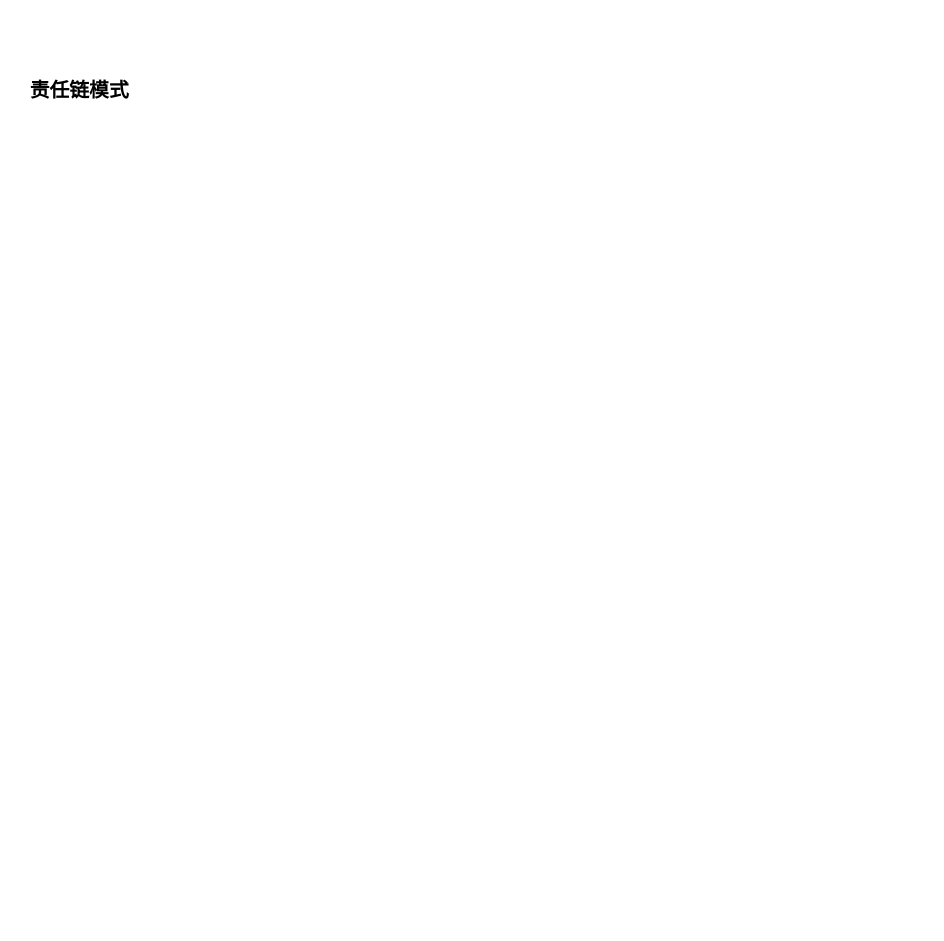
Earlier version of the draw.io diagram chain.drawio (springzb/diagrams). Source tidied: cells renumbered, new cells numbered last; positions are measured from the earlier drawing's top-left corner, leaving out a move shared by most shapes. Both pictures are drawn from the tidied source at 110%, with x=0, y=0 at pixel (19, 63).
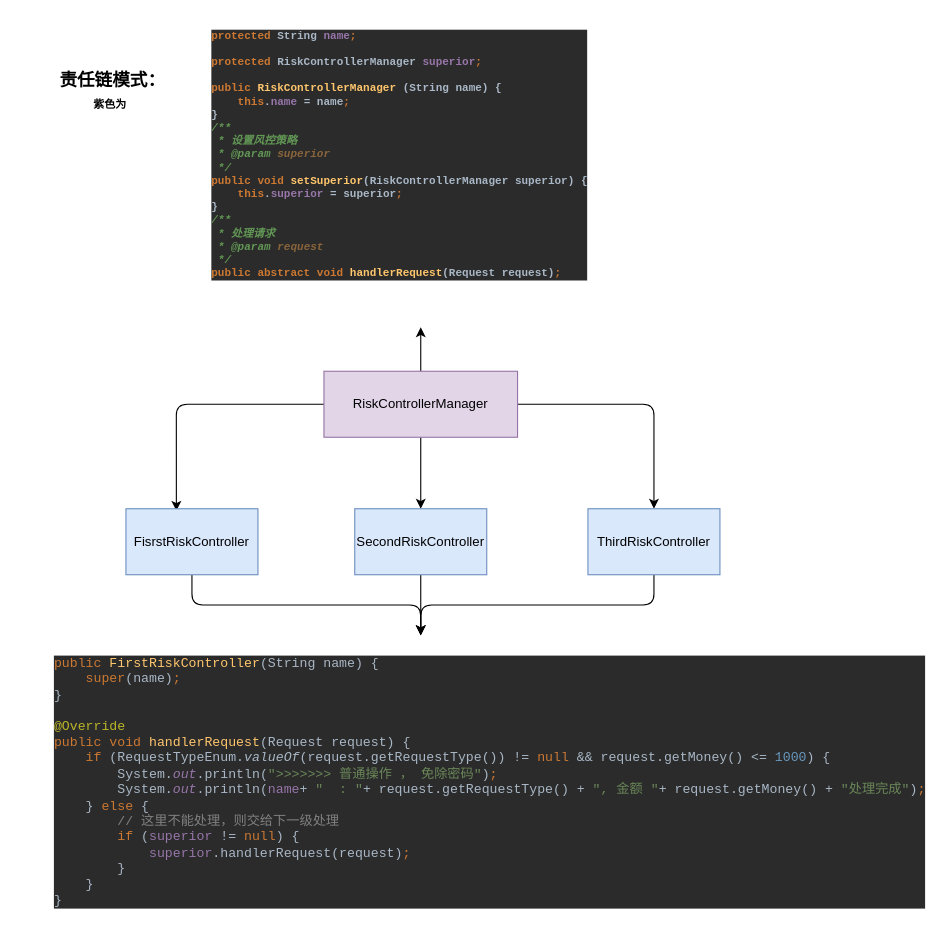
The same page after the edit.

What changed in the source:
```diff
@@
 <mxGraphModel>
   <root>
     <mxCell id="0" />
     <mxCell id="1" parent="0" />
-    <mxCell id="2" value="&lt;font style=&quot;vertical-align: inherit ; font-size: 18px&quot;&gt;&lt;b&gt;责任链模式&lt;/b&gt;&lt;/font&gt;" style="text;html=1;strokeColor=none;fillColor=none;align=center;verticalAlign=middle;whiteSpace=wrap;rounded=0;" parent="1" vertex="1">
-      <mxGeometry width="110" height="50" as="geometry" />
+    <mxCell id="2" value="&lt;b&gt;&lt;span style=&quot;font-size: 16px&quot;&gt;责任链模式：&lt;/span&gt;&lt;br&gt;&lt;font size=&quot;1&quot;&gt;紫色为&lt;/font&gt;&lt;/b&gt;&lt;b style=&quot;font-size: 16px&quot;&gt;&amp;nbsp;&lt;/b&gt;" style="text;html=1;strokeColor=none;fillColor=none;align=center;verticalAlign=middle;whiteSpace=wrap;rounded=0;" parent="1" vertex="1">
+      <mxGeometry width="170" height="50" as="geometry" />
     </mxCell>
+    <mxCell id="3" style="edgeStyle=orthogonalEdgeStyle;jettySize=auto;html=1;entryX=0.382;entryY=0.031;entryDx=0;entryDy=0;entryPerimeter=0;rounded=1;" parent="1" edge="1" source="7" target="10">
+      <mxGeometry relative="1" as="geometry" />
+    </mxCell>
+    <mxCell id="4" style="edgeStyle=orthogonalEdgeStyle;rounded=1;jettySize=auto;html=1;" parent="1" edge="1" source="7" target="14">
+      <mxGeometry relative="1" as="geometry" />
+    </mxCell>
+    <mxCell id="5" style="edgeStyle=orthogonalEdgeStyle;rounded=1;jettySize=auto;html=1;entryX=0.5;entryY=0;entryDx=0;entryDy=0;" parent="1" edge="1" source="7" target="12">
+      <mxGeometry relative="1" as="geometry" />
+    </mxCell>
+    <mxCell id="6" style="edgeStyle=orthogonalEdgeStyle;rounded=1;jettySize=auto;html=1;entryX=0.5;entryY=1;entryDx=0;entryDy=0;" parent="1" edge="1" source="7" target="8">
+      <mxGeometry relative="1" as="geometry" />
+    </mxCell>
+    <mxCell id="7" value="RiskControllerManager" style="rounded=0;whiteSpace=wrap;html=1;strokeColor=#9673a6;fillColor=#e1d5e7;" parent="1" vertex="1">
+      <mxGeometry x="277" y="280" width="176" height="60" as="geometry" />
+    </mxCell>
+    <mxCell id="8" value="&lt;h1 style=&quot;font-size: 10px&quot;&gt;&lt;pre style=&quot;background-color: rgb(43 , 43 , 43) ; color: rgb(169 , 183 , 198) ; font-size: 10px&quot;&gt;&lt;span style=&quot;font-size: 10px&quot;&gt;&lt;span style=&quot;color: rgb(204 , 120 , 50) ; font-size: 10px&quot;&gt;protected &lt;/span&gt;String &lt;span style=&quot;color: rgb(152 , 118 , 170) ; font-size: 10px&quot;&gt;name&lt;/span&gt;&lt;span style=&quot;color: rgb(204 , 120 , 50) ; font-size: 10px&quot;&gt;;&lt;br style=&quot;font-size: 10px&quot;&gt;&lt;/span&gt;&lt;span style=&quot;color: rgb(204 , 120 , 50) ; font-size: 10px&quot;&gt;&lt;br style=&quot;font-size: 10px&quot;&gt;&lt;/span&gt;&lt;span style=&quot;color: rgb(204 , 120 , 50) ; font-size: 10px&quot;&gt;protected &lt;/span&gt;RiskControllerManager &lt;span style=&quot;color: rgb(152 , 118 , 170) ; font-size: 10px&quot;&gt;superior&lt;/span&gt;&lt;span style=&quot;color: rgb(204 , 120 , 50) ; font-size: 10px&quot;&gt;;&lt;br style=&quot;font-size: 10px&quot;&gt;&lt;/span&gt;&lt;span style=&quot;color: rgb(204 , 120 , 50) ; font-size: 10px&quot;&gt;&lt;br style=&quot;font-size: 10px&quot;&gt;&lt;/span&gt;&lt;span style=&quot;color: rgb(204 , 120 , 50) ; font-size: 10px&quot;&gt;public &lt;/span&gt;&lt;span style=&quot;color: rgb(255 , 198 , 109) ; font-size: 10px&quot;&gt;RiskControllerManager &lt;/span&gt;(String name) {&lt;br style=&quot;font-size: 10px&quot;&gt;    &lt;span style=&quot;color: rgb(204 , 120 , 50) ; font-size: 10px&quot;&gt;this&lt;/span&gt;.&lt;span style=&quot;color: rgb(152 , 118 , 170) ; font-size: 10px&quot;&gt;name &lt;/span&gt;= name&lt;span style=&quot;color: rgb(204 , 120 , 50) ; font-size: 10px&quot;&gt;;&lt;br style=&quot;font-size: 10px&quot;&gt;&lt;/span&gt;}&lt;br style=&quot;font-size: 10px&quot;&gt;&lt;span style=&quot;color: rgb(98 , 151 , 85) ; font-style: italic ; font-size: 10px&quot;&gt;/**&lt;br style=&quot;font-size: 10px&quot;&gt;&lt;/span&gt;&lt;span style=&quot;color: rgb(98 , 151 , 85) ; font-style: italic ; font-size: 10px&quot;&gt; * 设置风控策略&lt;br style=&quot;font-size: 10px&quot;&gt;&lt;/span&gt;&lt;span style=&quot;color: rgb(98 , 151 , 85) ; font-style: italic ; font-size: 10px&quot;&gt; * &lt;/span&gt;&lt;span style=&quot;color: rgb(98 , 151 , 85) ; font-style: italic ; font-size: 10px&quot;&gt;@param &lt;/span&gt;&lt;span style=&quot;color: rgb(138 , 101 , 59) ; font-style: italic ; font-size: 10px&quot;&gt;superior&lt;br style=&quot;font-size: 10px&quot;&gt;&lt;/span&gt;&lt;span style=&quot;color: rgb(138 , 101 , 59) ; font-style: italic ; font-size: 10px&quot;&gt; &lt;/span&gt;&lt;span style=&quot;color: rgb(98 , 151 , 85) ; font-style: italic ; font-size: 10px&quot;&gt;*/&lt;br style=&quot;font-size: 10px&quot;&gt;&lt;/span&gt;&lt;span style=&quot;color: rgb(204 , 120 , 50) ; font-size: 10px&quot;&gt;public void &lt;/span&gt;&lt;span style=&quot;color: rgb(255 , 198 , 109) ; font-size: 10px&quot;&gt;setSuperior&lt;/span&gt;(&lt;/span&gt;&lt;font style=&quot;font-size: 10px&quot;&gt;RiskControllerManager &lt;/font&gt;&lt;span style=&quot;font-size: 10px&quot;&gt;superior) {&lt;br style=&quot;font-size: 10px&quot;&gt;    &lt;/span&gt;&lt;span style=&quot;color: rgb(204 , 120 , 50) ; font-size: 10px&quot;&gt;this&lt;/span&gt;&lt;span style=&quot;font-size: 10px&quot;&gt;.&lt;/span&gt;&lt;span style=&quot;color: rgb(152 , 118 , 170) ; font-size: 10px&quot;&gt;superior &lt;/span&gt;&lt;span style=&quot;font-size: 10px&quot;&gt;= superior&lt;/span&gt;&lt;span style=&quot;color: rgb(204 , 120 , 50) ; font-size: 10px&quot;&gt;;&lt;br style=&quot;font-size: 10px&quot;&gt;&lt;/span&gt;&lt;span style=&quot;font-size: 10px&quot;&gt;}&lt;br style=&quot;font-size: 10px&quot;&gt;&lt;/span&gt;&lt;span style=&quot;color: rgb(98 , 151 , 85) ; font-style: italic ; font-size: 10px&quot;&gt;/**&lt;br style=&quot;font-size: 10px&quot;&gt;&lt;/span&gt;&lt;span style=&quot;color: rgb(98 , 151 , 85) ; font-style: italic ; font-size: 10px&quot;&gt; * 处理请求&lt;br style=&quot;font-size: 10px&quot;&gt;&lt;/span&gt;&lt;span style=&quot;color: rgb(98 , 151 , 85) ; font-style: italic ; font-size: 10px&quot;&gt; * &lt;/span&gt;&lt;span style=&quot;color: rgb(98 , 151 , 85) ; font-style: italic ; font-size: 10px&quot;&gt;@param &lt;/span&gt;&lt;span style=&quot;color: rgb(138 , 101 , 59) ; font-style: italic ; font-size: 10px&quot;&gt;request&lt;br style=&quot;font-size: 10px&quot;&gt;&lt;/span&gt;&lt;span style=&quot;color: rgb(138 , 101 , 59) ; font-style: italic ; font-size: 10px&quot;&gt; &lt;/span&gt;&lt;span style=&quot;color: rgb(98 , 151 , 85) ; font-style: italic ; font-size: 10px&quot;&gt;*/&lt;br style=&quot;font-size: 10px&quot;&gt;&lt;/span&gt;&lt;span style=&quot;color: rgb(204 , 120 , 50) ; font-size: 10px&quot;&gt;public abstract void &lt;/span&gt;&lt;span style=&quot;color: rgb(255 , 198 , 109) ; font-size: 10px&quot;&gt;handlerRequest&lt;/span&gt;&lt;span style=&quot;font-size: 10px&quot;&gt;(Request request)&lt;/span&gt;&lt;span style=&quot;color: rgb(204 , 120 , 50) ; font-size: 10px&quot;&gt;;&lt;/span&gt;&lt;/pre&gt;&lt;/h1&gt;" style="text;html=1;strokeColor=none;fillColor=none;spacing=5;spacingTop=-20;whiteSpace=wrap;overflow=hidden;rounded=0;" parent="1" vertex="1">
+      <mxGeometry x="170" y="-30" width="390" height="270" as="geometry" />
+    </mxCell>
+    <mxCell id="9" style="edgeStyle=orthogonalEdgeStyle;rounded=1;jettySize=auto;html=1;" parent="1" edge="1" source="10" target="15">
+      <mxGeometry relative="1" as="geometry" />
+    </mxCell>
+    <mxCell id="10" value="FisrstRiskController" style="rounded=0;whiteSpace=wrap;html=1;fillColor=#dae8fc;strokeColor=#6c8ebf;" parent="1" vertex="1">
+      <mxGeometry x="97" y="405" width="120" height="60" as="geometry" />
+    </mxCell>
+    <mxCell id="11" style="edgeStyle=orthogonalEdgeStyle;rounded=1;jettySize=auto;html=1;entryX=0.5;entryY=0;entryDx=0;entryDy=0;" parent="1" edge="1" source="12" target="15">
+      <mxGeometry relative="1" as="geometry" />
+    </mxCell>
+    <mxCell id="12" value="SecondRiskController" style="rounded=0;whiteSpace=wrap;html=1;fillColor=#dae8fc;strokeColor=#6c8ebf;" parent="1" vertex="1">
+      <mxGeometry x="305" y="405" width="120" height="60" as="geometry" />
+    </mxCell>
+    <mxCell id="13" style="edgeStyle=orthogonalEdgeStyle;rounded=1;jettySize=auto;html=1;" parent="1" edge="1" source="14" target="15">
+      <mxGeometry relative="1" as="geometry" />
+    </mxCell>
+    <mxCell id="14" value="ThirdRiskController" style="rounded=0;whiteSpace=wrap;html=1;fillColor=#dae8fc;strokeColor=#6c8ebf;" parent="1" vertex="1">
+      <mxGeometry x="517" y="405" width="120" height="60" as="geometry" />
+    </mxCell>
+    <mxCell id="15" value="&lt;pre style=&quot;background-color: rgb(43 , 43 , 43) ; color: rgb(169 , 183 , 198)&quot;&gt;&lt;span style=&quot;color: #cc7832&quot;&gt;public &lt;/span&gt;&lt;span style=&quot;color: #ffc66d&quot;&gt;FirstRiskController&lt;/span&gt;(String name) {&lt;br&gt;    &lt;span style=&quot;color: #cc7832&quot;&gt;super&lt;/span&gt;(name)&lt;span style=&quot;color: #cc7832&quot;&gt;;&lt;br&gt;&lt;/span&gt;}&lt;br&gt;&lt;br&gt;&lt;span style=&quot;color: #bbb529&quot;&gt;@Override&lt;br&gt;&lt;/span&gt;&lt;span style=&quot;color: #cc7832&quot;&gt;public void &lt;/span&gt;&lt;span style=&quot;color: #ffc66d&quot;&gt;handlerRequest&lt;/span&gt;(Request request) {&lt;br&gt;    &lt;span style=&quot;color: #cc7832&quot;&gt;if &lt;/span&gt;(RequestTypeEnum.&lt;span style=&quot;font-style: italic&quot;&gt;valueOf&lt;/span&gt;(request.getRequestType()) != &lt;span style=&quot;color: #cc7832&quot;&gt;null &lt;/span&gt;&amp;amp;&amp;amp; request.getMoney() &amp;lt;= &lt;span style=&quot;color: #6897bb&quot;&gt;1000&lt;/span&gt;) {&lt;br&gt;        System.&lt;span style=&quot;color: #9876aa ; font-style: italic&quot;&gt;out&lt;/span&gt;.println(&lt;span style=&quot;color: #6a8759&quot;&gt;&quot;&amp;gt;&amp;gt;&amp;gt;&amp;gt;&amp;gt;&amp;gt;&amp;gt; 普通操作 ， 免除密码&quot;&lt;/span&gt;)&lt;span style=&quot;color: #cc7832&quot;&gt;;&lt;br&gt;&lt;/span&gt;&lt;span style=&quot;color: #cc7832&quot;&gt;        &lt;/span&gt;System.&lt;span style=&quot;color: #9876aa ; font-style: italic&quot;&gt;out&lt;/span&gt;.println(&lt;span style=&quot;color: #9876aa&quot;&gt;name&lt;/span&gt;+ &lt;span style=&quot;color: #6a8759&quot;&gt;&quot;  : &quot;&lt;/span&gt;+ request.getRequestType() + &lt;span style=&quot;color: #6a8759&quot;&gt;&quot;, 金额 &quot;&lt;/span&gt;+ request.getMoney() + &lt;span style=&quot;color: #6a8759&quot;&gt;&quot;处理完成&quot;&lt;/span&gt;)&lt;span style=&quot;color: #cc7832&quot;&gt;;&lt;br&gt;&lt;/span&gt;&lt;span style=&quot;color: #cc7832&quot;&gt;    &lt;/span&gt;} &lt;span style=&quot;color: #cc7832&quot;&gt;else &lt;/span&gt;{&lt;br&gt;        &lt;span style=&quot;color: #808080&quot;&gt;// 这里不能处理，则交给下一级处理&lt;br&gt;&lt;/span&gt;&lt;span style=&quot;color: #808080&quot;&gt;        &lt;/span&gt;&lt;span style=&quot;color: #cc7832&quot;&gt;if &lt;/span&gt;(&lt;span style=&quot;color: #9876aa&quot;&gt;superior &lt;/span&gt;!= &lt;span style=&quot;color: #cc7832&quot;&gt;null&lt;/span&gt;) {&lt;br&gt;            &lt;span style=&quot;color: #9876aa&quot;&gt;superior&lt;/span&gt;.handlerRequest(request)&lt;span style=&quot;color: #cc7832&quot;&gt;;&lt;br&gt;&lt;/span&gt;&lt;span style=&quot;color: #cc7832&quot;&gt;        &lt;/span&gt;}&lt;br&gt;    }&lt;br&gt;}&lt;/pre&gt;" style="text;whiteSpace=wrap;html=1;" parent="1" vertex="1">
+      <mxGeometry x="30" y="520" width="670" height="260" as="geometry" />
+    </mxCell>
   </root>
 </mxGraphModel>
```
